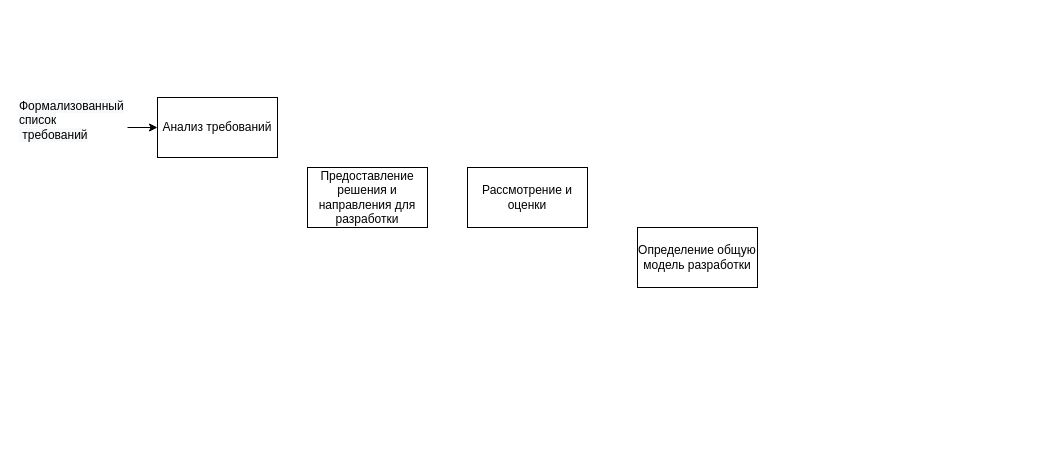
Earlier version of the draw.io diagram page "A1" (3 of 3) of Biểu đồ không có tiêu đề.drawio (quyettranvu/Lab1_IDEF). Source tidied: cells renumbered, new cells numbered last; positions are measured from the earlier drawing's top-left corner, leaving out a move shared by most shapes. Both pictures are drawn from the tidied source at 100%, with x=0, y=0 at pixel (17, 92).
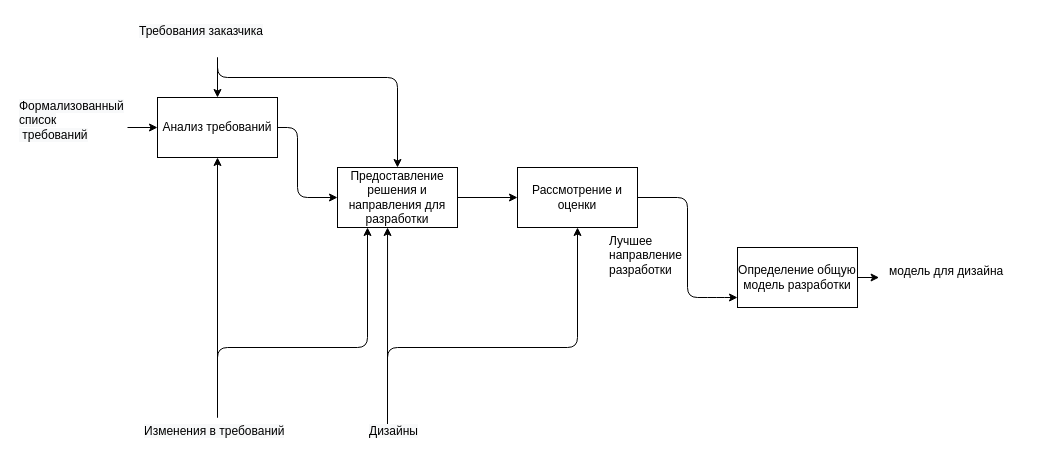
The same diagram, later.

Commit message (it also covers changes not shown here):
Cập nhật Biểu đồ không có tiêu đề.drawio

Unchanged cells that the change refers to:
```xml
<mxCell id="2" value="Анализ требований" style="rounded=0;whiteSpace=wrap;html=1;" parent="1" vertex="1">
  <mxGeometry x="140" y="5" width="120" height="60" as="geometry" />
</mxCell>
```

Change to the diagram source:
```diff
@@
     <mxCell id="3" value="Предоставление решения и направления для разработки" style="rounded=0;whiteSpace=wrap;html=1;" parent="1" vertex="1">
-      <mxGeometry x="290" y="75" width="120" height="60" as="geometry" />
+      <mxGeometry x="320" y="75" width="120" height="60" as="geometry" />
     </mxCell>
     <mxCell id="4" value="Рассмотрение и оценки" style="rounded=0;whiteSpace=wrap;html=1;" parent="1" vertex="1">
-      <mxGeometry x="450" y="75" width="120" height="60" as="geometry" />
+      <mxGeometry x="500" y="75" width="120" height="60" as="geometry" />
     </mxCell>
     <mxCell id="5" value="Определение общую модель разработки" style="rounded=0;whiteSpace=wrap;html=1;" parent="1" vertex="1">
-      <mxGeometry x="620" y="135" width="120" height="60" as="geometry" />
+      <mxGeometry x="720" y="155" width="120" height="60" as="geometry" />
     </mxCell>
@@
+    <mxCell id="8" style="endArrow=classic;html=1;rounded=1;exitX=1;exitY=0.5;exitDx=0;exitDy=0;entryX=0;entryY=0.5;entryDx=0;entryDy=0;" parent="1" edge="1" source="2" target="3">
+      <mxGeometry relative="1" as="geometry">
+        <Array as="points">
+          <mxPoint x="280" y="35" />
+          <mxPoint x="280" y="105" />
+        </Array>
+      </mxGeometry>
+    </mxCell>
+    <mxCell id="9" style="endArrow=classic;html=1;rounded=1;exitX=1;exitY=0.5;exitDx=0;exitDy=0;entryX=0;entryY=0.5;entryDx=0;entryDy=0;" parent="1" edge="1" source="3" target="4">
+      <mxGeometry relative="1" as="geometry" />
+    </mxCell>
+    <mxCell id="10" style="endArrow=classic;html=1;rounded=1;exitX=1;exitY=0.5;exitDx=0;exitDy=0;" parent="1" edge="1" source="4">
+      <mxGeometry relative="1" as="geometry">
+        <mxPoint x="720" y="205" as="targetPoint" />
+        <Array as="points">
+          <mxPoint x="670" y="105" />
+          <mxPoint x="670" y="205" />
+          <mxPoint x="700" y="205" />
+        </Array>
+      </mxGeometry>
+    </mxCell>
+    <mxCell id="11" style="endArrow=classic;html=1;rounded=1;exitX=1;exitY=0.5;exitDx=0;exitDy=0;" parent="1" edge="1" source="5">
+      <mxGeometry relative="1" as="geometry">
+        <mxPoint x="861.6" y="185" as="targetPoint" />
+      </mxGeometry>
+    </mxCell>
+    <mxCell id="12" value="модель для дизайна" style="text;whiteSpace=wrap;html=1;" parent="1" vertex="1">
+      <mxGeometry x="870" y="165" width="150" height="40" as="geometry" />
+    </mxCell>
+    <mxCell id="13" style="endArrow=classic;html=1;rounded=1;entryX=0.417;entryY=1;entryDx=0;entryDy=0;entryPerimeter=0;" parent="1" edge="1" target="3">
+      <mxGeometry relative="1" as="geometry">
+        <mxPoint x="370" y="335" as="sourcePoint" />
+      </mxGeometry>
+    </mxCell>
+    <mxCell id="14" style="endArrow=classic;html=1;rounded=1;entryX=0.5;entryY=1;entryDx=0;entryDy=0;" parent="1" edge="1" target="4">
+      <mxGeometry relative="1" as="geometry">
+        <mxPoint x="370" y="335" as="sourcePoint" />
+        <Array as="points">
+          <mxPoint x="370" y="255" />
+          <mxPoint x="560" y="255" />
+        </Array>
+      </mxGeometry>
+    </mxCell>
+    <mxCell id="15" value="&lt;span style=&quot;color: rgb(0, 0, 0); font-family: Helvetica; font-size: 12px; font-style: normal; font-variant-ligatures: normal; font-variant-caps: normal; font-weight: 400; letter-spacing: normal; orphans: 2; text-align: center; text-indent: 0px; text-transform: none; widows: 2; word-spacing: 0px; -webkit-text-stroke-width: 0px; background-color: rgb(248, 249, 250); text-decoration-thickness: initial; text-decoration-style: initial; text-decoration-color: initial; float: none; display: inline !important;&quot;&gt;Дизайны&lt;/span&gt;" style="text;whiteSpace=wrap;html=1;" parent="1" vertex="1">
+      <mxGeometry x="350" y="325" width="80" height="40" as="geometry" />
+    </mxCell>
+    <mxCell id="16" value="&lt;span style=&quot;color: rgb(0, 0, 0); font-family: Helvetica; font-size: 12px; font-style: normal; font-variant-ligatures: normal; font-variant-caps: normal; font-weight: 400; letter-spacing: normal; orphans: 2; text-align: center; text-indent: 0px; text-transform: none; widows: 2; word-spacing: 0px; -webkit-text-stroke-width: 0px; background-color: rgb(248, 249, 250); text-decoration-thickness: initial; text-decoration-style: initial; text-decoration-color: initial; float: none; display: inline !important;&quot;&gt;Требования заказчика&lt;/span&gt;" style="text;whiteSpace=wrap;html=1;" parent="1" vertex="1">
+      <mxGeometry x="120" y="-75" width="160" height="40" as="geometry" />
+    </mxCell>
+    <mxCell id="17" style="endArrow=classic;html=1;rounded=1;" parent="1" edge="1" source="16" target="2">
+      <mxGeometry relative="1" as="geometry" />
+    </mxCell>
+    <mxCell id="18" value="&lt;span style=&quot;color: rgb(0, 0, 0); font-family: Helvetica; font-style: normal; font-variant-ligatures: normal; font-variant-caps: normal; font-weight: 400; letter-spacing: normal; orphans: 2; text-align: center; text-indent: 0px; text-transform: none; widows: 2; word-spacing: 0px; -webkit-text-stroke-width: 0px; background-color: rgb(248, 249, 250); text-decoration-thickness: initial; text-decoration-style: initial; text-decoration-color: initial; float: none; display: inline !important;&quot;&gt;&lt;font style=&quot;font-size: 12px;&quot;&gt;Изменения в требований&lt;/font&gt;&lt;/span&gt;" style="text;whiteSpace=wrap;html=1;" parent="1" vertex="1">
+      <mxGeometry x="125" y="325" width="150" height="40" as="geometry" />
+    </mxCell>
+    <mxCell id="19" style="endArrow=classic;html=1;rounded=1;fontSize=12;exitX=0.5;exitY=0;exitDx=0;exitDy=0;entryX=0.5;entryY=1;entryDx=0;entryDy=0;" parent="1" edge="1" source="18" target="2">
+      <mxGeometry relative="1" as="geometry" />
+    </mxCell>
+    <mxCell id="20" style="endArrow=classic;html=1;rounded=1;fontSize=12;entryX=0.5;entryY=0;entryDx=0;entryDy=0;" parent="1" edge="1" target="3">
+      <mxGeometry relative="1" as="geometry">
+        <mxPoint x="200" y="-35" as="sourcePoint" />
+        <Array as="points">
+          <mxPoint x="200" y="-15" />
+          <mxPoint x="380" y="-15" />
+        </Array>
+      </mxGeometry>
+    </mxCell>
+    <mxCell id="21" value="Лучшее направление разработки" style="text;whiteSpace=wrap;html=1;fontSize=12;" parent="1" vertex="1">
+      <mxGeometry x="590" y="135" width="70" height="40" as="geometry" />
+    </mxCell>
+    <mxCell id="22" style="endArrow=classic;html=1;rounded=1;fontSize=12;exitX=0.5;exitY=0;exitDx=0;exitDy=0;entryX=0.25;entryY=1;entryDx=0;entryDy=0;" parent="1" edge="1" source="18" target="3">
+      <mxGeometry relative="1" as="geometry">
+        <Array as="points">
+          <mxPoint x="200" y="255" />
+          <mxPoint x="350" y="255" />
+        </Array>
+      </mxGeometry>
+    </mxCell>
```
